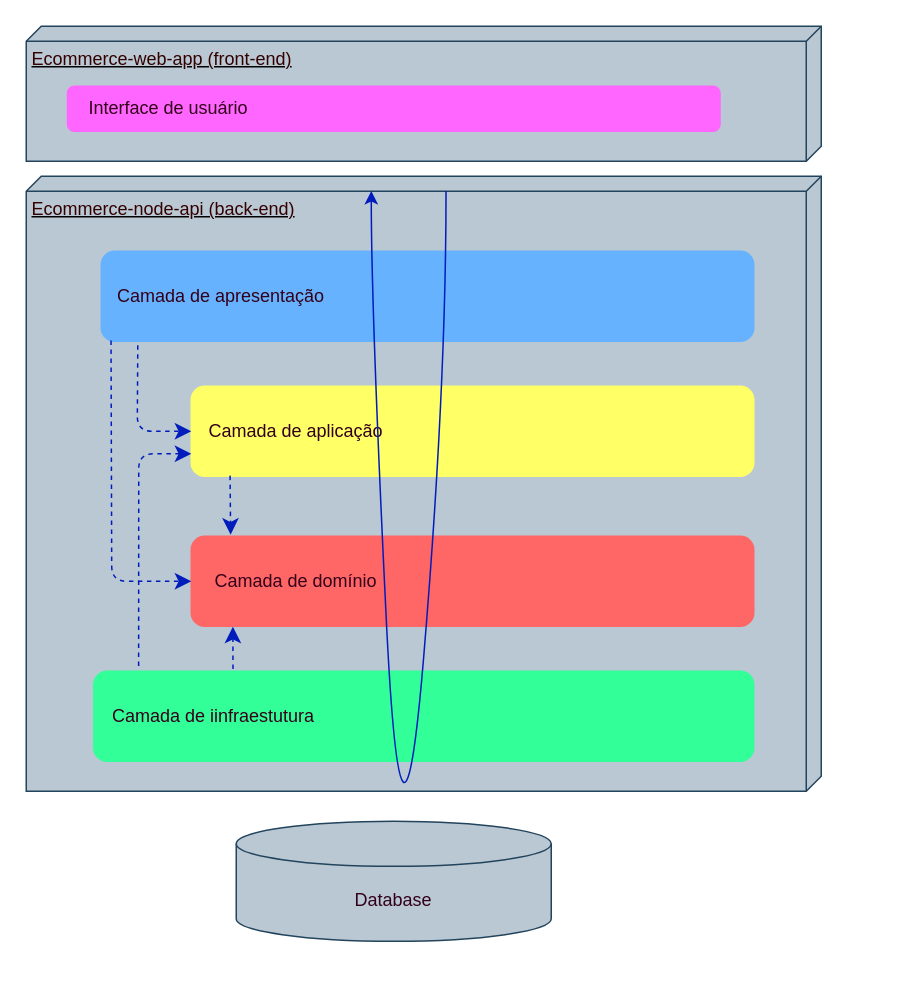
Earlier version of the draw.io diagram page "Arquitetura em Camadas" (1 of 2) of requirements/ecommerce-arquitetura.drawio (cleilsonalvino/ecommerce-node-api). Source tidied: cells renumbered, new cells numbered last; positions are measured from the earlier drawing's top-left corner, leaving out a move shared by most shapes. Both pictures are drawn from the tidied source at 150%, with x=0, y=0 at pixel (26, 26).
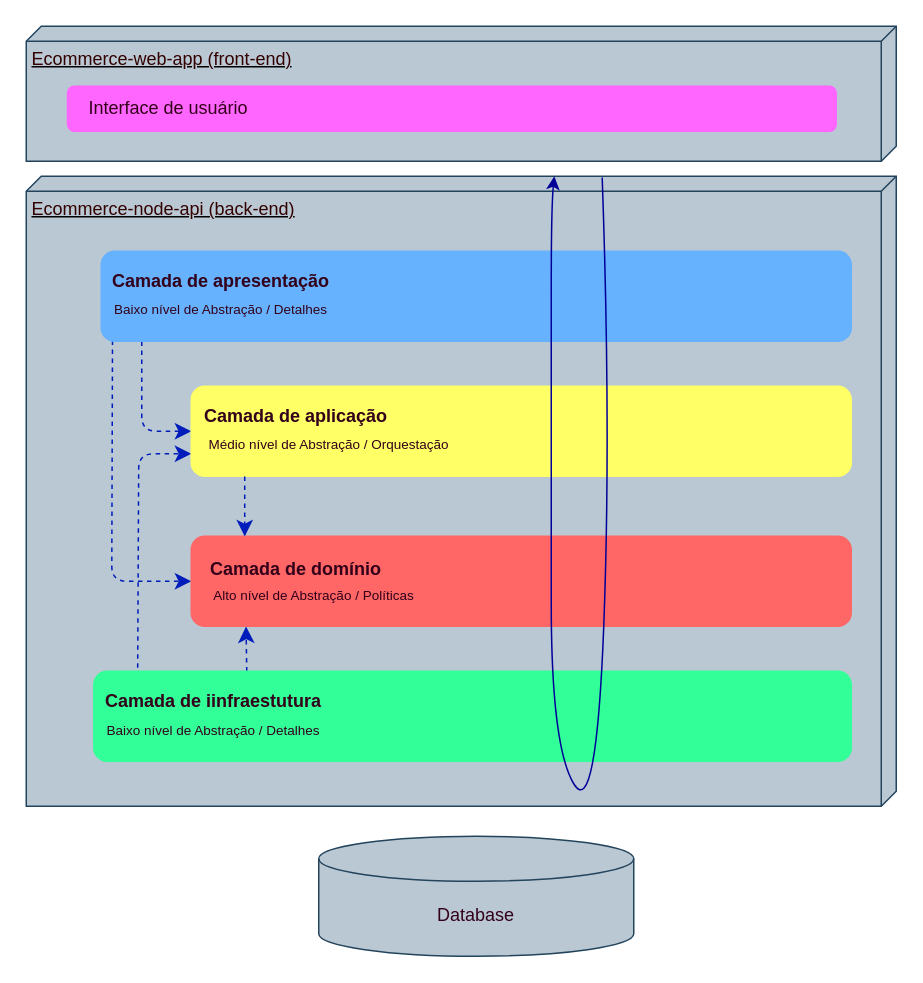
The same diagram, later.

What changed in the source:
```diff
@@
     <mxCell id="2" value="&lt;font color=&quot;#330000&quot;&gt;Ecommerce-node-api (back-end)&lt;/font&gt;" style="verticalAlign=top;align=left;spacingTop=8;spacingLeft=2;spacingRight=12;shape=cube;size=10;direction=south;fontStyle=4;html=1;fillColor=#bac8d3;strokeColor=#23445d;" parent="1" vertex="1">
-      <mxGeometry y="100" width="530" height="410" as="geometry" />
+      <mxGeometry y="100" width="580" height="420" as="geometry" />
     </mxCell>
     <mxCell id="3" value="&lt;font color=&quot;#330000&quot;&gt;Ecommerce-web-app (front-end)&lt;/font&gt;" style="verticalAlign=top;align=left;spacingTop=8;spacingLeft=2;spacingRight=12;shape=cube;size=10;direction=south;fontStyle=4;html=1;fillColor=#bac8d3;strokeColor=#23445d;" parent="1" vertex="1">
-      <mxGeometry width="530" height="90" as="geometry" />
+      <mxGeometry width="580" height="90" as="geometry" />
     </mxCell>
     <mxCell id="4" value="&lt;font color=&quot;#33001a&quot;&gt;Database&lt;/font&gt;" style="shape=cylinder3;whiteSpace=wrap;html=1;boundedLbl=1;backgroundOutline=1;size=15;fillColor=#bac8d3;strokeColor=#23445d;" parent="1" vertex="1">
-      <mxGeometry x="140" y="530" width="210" height="80" as="geometry" />
+      <mxGeometry x="195" y="540" width="210" height="80" as="geometry" />
     </mxCell>
-    <mxCell id="5" style="rounded=1;whiteSpace=wrap;html=1;fillColor=#33FF99;strokeColor=#33FF99;" parent="1" vertex="1">
-      <mxGeometry x="45" y="430" width="440" height="60" as="geometry" />
-    </mxCell>
-    <mxCell id="6" style="rounded=1;whiteSpace=wrap;html=1;fillColor=#FF6666;strokeColor=#FF6666;" parent="1" vertex="1">
-      <mxGeometry x="110" y="340" width="375" height="60" as="geometry" />
-    </mxCell>
-    <mxCell id="7" style="rounded=1;whiteSpace=wrap;html=1;fillColor=#FFFF66;strokeColor=#ffff66;" parent="1" vertex="1">
-      <mxGeometry x="110" y="240" width="375" height="60" as="geometry" />
-    </mxCell>
-    <mxCell id="8" style="rounded=1;whiteSpace=wrap;html=1;fillColor=#66B2FF;strokeColor=#66B2FF;" parent="1" vertex="1">
-      <mxGeometry x="50" y="150" width="435" height="60" as="geometry" />
-    </mxCell>
-    <mxCell id="9" value="Camada de iinfraestutura" style="text;html=1;strokeColor=none;fillColor=none;align=center;verticalAlign=middle;whiteSpace=wrap;rounded=0;fontColor=#33001A;" parent="1" vertex="1">
-      <mxGeometry x="45" y="445" width="160" height="30" as="geometry" />
-    </mxCell>
-    <mxCell id="10" value="Camada de domínio" style="text;html=1;strokeColor=none;fillColor=none;align=center;verticalAlign=middle;whiteSpace=wrap;rounded=0;fontColor=#33001A;" parent="1" vertex="1">
-      <mxGeometry x="120" y="355" width="120" height="30" as="geometry" />
-    </mxCell>
-    <mxCell id="11" value="Camada de aplicação" style="text;html=1;strokeColor=none;fillColor=none;align=center;verticalAlign=middle;whiteSpace=wrap;rounded=0;fontColor=#33001A;" parent="1" vertex="1">
-      <mxGeometry x="120" y="255" width="120" height="30" as="geometry" />
-    </mxCell>
-    <mxCell id="12" value="Camada de apresentação" style="text;html=1;strokeColor=none;fillColor=none;align=center;verticalAlign=middle;whiteSpace=wrap;rounded=0;fontColor=#33001A;" parent="1" vertex="1">
-      <mxGeometry x="50" y="165" width="160" height="30" as="geometry" />
-    </mxCell>
@@
-    <mxCell id="14" style="endArrow=classic;startArrow=none;endFill=1;startFill=0;endSize=8;html=1;verticalAlign=bottom;dashed=1;labelBackgroundColor=none;fontColor=#33001A;exitX=0.056;exitY=1.045;exitDx=0;exitDy=0;exitPerimeter=0;entryX=0;entryY=0.5;entryDx=0;entryDy=0;fillColor=#0050ef;strokeColor=#001DBC;" parent="1" edge="1" source="8" target="7">
+    <mxCell id="14" style="endArrow=classic;startArrow=none;endFill=1;startFill=0;endSize=8;html=1;verticalAlign=bottom;dashed=1;labelBackgroundColor=none;fontColor=#33001A;exitX=0.054;exitY=1.002;exitDx=0;exitDy=0;exitPerimeter=0;entryX=0;entryY=0.5;entryDx=0;entryDy=0;fillColor=#0050ef;strokeColor=#001DBC;" parent="1" edge="1" source="8" target="7">
       <mxGeometry relative="1" as="geometry">
         <Array as="points">
-          <mxPoint x="74" y="270" />
+          <mxPoint x="77" y="270" />
         </Array>
       </mxGeometry>
     </mxCell>
-    <mxCell id="15" style="endArrow=classic;startArrow=none;endFill=1;startFill=0;endSize=8;html=1;verticalAlign=bottom;dashed=1;labelBackgroundColor=none;fontColor=#33001A;exitX=0.068;exitY=-0.059;exitDx=0;exitDy=0;exitPerimeter=0;entryX=0;entryY=0.75;entryDx=0;entryDy=0;fillColor=#0050ef;strokeColor=#001DBC;" parent="1" edge="1" source="5" target="7">
+    <mxCell id="15" style="endArrow=classic;startArrow=none;endFill=1;startFill=0;endSize=8;html=1;verticalAlign=bottom;dashed=1;labelBackgroundColor=none;fontColor=#33001A;exitX=0.058;exitY=-0.04;exitDx=0;exitDy=0;exitPerimeter=0;entryX=0;entryY=0.75;entryDx=0;entryDy=0;fillColor=#0050ef;strokeColor=#001DBC;" parent="1" edge="1" source="5" target="7">
       <mxGeometry relative="1" as="geometry">
         <Array as="points">
           <mxPoint x="75" y="285" />
         </Array>
       </mxGeometry>
     </mxCell>
-    <mxCell id="16" style="endArrow=classic;startArrow=none;endFill=1;startFill=0;endSize=8;html=1;verticalAlign=bottom;dashed=1;labelBackgroundColor=none;fontColor=#33001A;exitX=0.069;exitY=0.993;exitDx=0;exitDy=0;exitPerimeter=0;entryX=0.07;entryY=-0.018;entryDx=0;entryDy=0;fillColor=#0050ef;strokeColor=#001DBC;entryPerimeter=0;" parent="1" edge="1" source="7" target="6">
-      <mxGeometry relative="1" as="geometry" />
-    </mxCell>
-    <mxCell id="17" style="endArrow=classic;startArrow=none;endFill=1;startFill=0;endSize=8;html=1;verticalAlign=bottom;dashed=1;labelBackgroundColor=none;fontColor=#33001A;exitX=0.211;exitY=-0.024;exitDx=0;exitDy=0;exitPerimeter=0;fillColor=#0050ef;strokeColor=#001DBC;entryX=0.074;entryY=1.005;entryDx=0;entryDy=0;entryPerimeter=0;" parent="1" edge="1" source="5" target="6">
+    <mxCell id="17" style="endArrow=classic;startArrow=none;endFill=1;startFill=0;endSize=8;html=1;verticalAlign=bottom;dashed=1;labelBackgroundColor=none;fontColor=#33001A;exitX=0.202;exitY=0.002;exitDx=0;exitDy=0;exitPerimeter=0;fillColor=#0050ef;strokeColor=#001DBC;entryX=0.083;entryY=1.002;entryDx=0;entryDy=0;entryPerimeter=0;" parent="1" edge="1" source="5" target="6">
       <mxGeometry relative="1" as="geometry" />
     </mxCell>
     <mxCell id="18" style="rounded=1;whiteSpace=wrap;html=1;fillColor=#FF66FF;strokeColor=#ff66ff;" parent="1" vertex="1">
-      <mxGeometry x="27.5" y="40" width="435" height="30" as="geometry" />
+      <mxGeometry x="27.5" y="40" width="512.5" height="30" as="geometry" />
     </mxCell>
@@
+    <mxCell id="21" style="group;" parent="1" vertex="1">
+      <mxGeometry x="45" y="430" width="505" height="60" as="geometry" />
+    </mxCell>
+    <mxCell id="5" style="rounded=1;whiteSpace=wrap;html=1;fillColor=#33FF99;strokeColor=#33FF99;" parent="21" vertex="1">
+      <mxGeometry width="505" height="60" as="geometry" />
+    </mxCell>
+    <mxCell id="9" value="Camada de iinfraestutura" style="text;html=1;strokeColor=none;fillColor=none;align=center;verticalAlign=middle;whiteSpace=wrap;rounded=0;fontColor=#33001A;fontStyle=1;" parent="21" vertex="1">
+      <mxGeometry y="5" width="160" height="30" as="geometry" />
+    </mxCell>
+    <mxCell id="22" value="Baixo nível de Abstração / Detalhes" style="text;html=1;strokeColor=none;fillColor=none;align=center;verticalAlign=middle;whiteSpace=wrap;rounded=0;fontColor=#33001A;fontSize=9;" parent="21" vertex="1">
+      <mxGeometry x="5" y="30" width="150" height="20" as="geometry" />
+    </mxCell>
+    <mxCell id="23" style="group;" parent="1" vertex="1">
+      <mxGeometry x="100" y="240" width="450" height="160" as="geometry" />
+    </mxCell>
+    <mxCell id="7" style="rounded=1;whiteSpace=wrap;html=1;fillColor=#FFFF66;strokeColor=#ffff66;" parent="23" vertex="1">
+      <mxGeometry x="10" width="440" height="60" as="geometry" />
+    </mxCell>
+    <mxCell id="11" value="Camada de aplicação" style="text;html=1;strokeColor=none;fillColor=none;align=center;verticalAlign=middle;whiteSpace=wrap;rounded=0;fontColor=#33001A;fontStyle=1;" parent="23" vertex="1">
+      <mxGeometry y="5" width="160" height="30" as="geometry" />
+    </mxCell>
+    <mxCell id="24" value="Médio nível de Abstração / Orquestação" style="text;html=1;strokeColor=none;fillColor=none;align=center;verticalAlign=middle;whiteSpace=wrap;rounded=0;fontColor=#33001A;fontSize=9;" parent="23" vertex="1">
+      <mxGeometry x="20" y="29" width="164" height="20" as="geometry" />
+    </mxCell>
+    <mxCell id="25" style="group;" parent="23" vertex="1">
+      <mxGeometry x="10" y="100" width="440" height="60" as="geometry" />
+    </mxCell>
+    <mxCell id="6" style="rounded=1;whiteSpace=wrap;html=1;fillColor=#FF6666;strokeColor=#FF6666;" parent="25" vertex="1">
+      <mxGeometry width="440" height="60" as="geometry" />
+    </mxCell>
+    <mxCell id="10" value="Camada de domínio" style="text;html=1;strokeColor=none;fillColor=none;align=center;verticalAlign=middle;whiteSpace=wrap;rounded=0;fontColor=#33001A;fontStyle=1;" parent="25" vertex="1">
+      <mxGeometry x="10" y="7" width="120" height="30" as="geometry" />
+    </mxCell>
+    <mxCell id="26" value="Alto nível de Abstração / Políticas" style="text;html=1;strokeColor=none;fillColor=none;align=center;verticalAlign=middle;whiteSpace=wrap;rounded=0;fontColor=#33001A;fontSize=9;" parent="25" vertex="1">
+      <mxGeometry y="30" width="164" height="20" as="geometry" />
+    </mxCell>
+    <mxCell id="16" style="endArrow=classic;startArrow=none;endFill=1;startFill=0;endSize=8;html=1;verticalAlign=bottom;dashed=1;labelBackgroundColor=none;fontColor=#33001A;exitX=0.081;exitY=1.002;exitDx=0;exitDy=0;exitPerimeter=0;entryX=0.081;entryY=0.002;entryDx=0;entryDy=0;fillColor=#0050ef;strokeColor=#001DBC;entryPerimeter=0;" parent="23" edge="1" source="7" target="6">
+      <mxGeometry relative="1" as="geometry" />
+    </mxCell>
+    <mxCell id="27" style="group;" parent="1" vertex="1">
+      <mxGeometry x="50" y="150" width="500" height="60" as="geometry" />
+    </mxCell>
+    <mxCell id="8" style="rounded=1;whiteSpace=wrap;html=1;fillColor=#66B2FF;strokeColor=#66B2FF;" parent="27" vertex="1">
+      <mxGeometry width="500" height="60" as="geometry" />
+    </mxCell>
+    <mxCell id="12" value="Camada de apresentação" style="text;html=1;strokeColor=none;fillColor=none;align=center;verticalAlign=middle;whiteSpace=wrap;rounded=0;fontColor=#33001A;fontStyle=1;" parent="27" vertex="1">
+      <mxGeometry y="5" width="160" height="30" as="geometry" />
+    </mxCell>
+    <mxCell id="28" value="Baixo nível de Abstração / Detalhes" style="text;html=1;strokeColor=none;fillColor=none;align=center;verticalAlign=middle;whiteSpace=wrap;rounded=0;fontColor=#33001A;fontSize=9;" parent="27" vertex="1">
+      <mxGeometry x="5" y="29" width="150" height="20" as="geometry" />
+    </mxCell>
-    <mxCell id="20" style="curved=1;endArrow=classic;html=1;fontColor=#33001A;strokeColor=#001dbc;entryX=0.024;entryY=0.566;entryDx=0;entryDy=0;entryPerimeter=0;exitX=0.024;exitY=0.472;exitDx=0;exitDy=0;exitPerimeter=0;" parent="1" edge="1" source="2" target="2">
+    <mxCell id="20" style="curved=1;endArrow=classic;html=1;fontSize=9;strokeColor=#000099;entryX=0;entryY=0.393;entryDx=0;entryDy=0;entryPerimeter=0;exitX=0.002;exitY=0.338;exitDx=0;exitDy=0;exitPerimeter=0;" parent="1" edge="1" source="2" target="2">
       <mxGeometry relative="1" as="geometry">
         <Array as="points">
-          <mxPoint x="280" y="240" />
-          <mxPoint x="250" y="600" />
-          <mxPoint x="230" y="190" />
+          <mxPoint x="390" y="270" />
+          <mxPoint x="380" y="530" />
+          <mxPoint x="350" y="480" />
+          <mxPoint x="350" y="290" />
+          <mxPoint x="350" y="230" />
+          <mxPoint x="350" y="120" />
         </Array>
       </mxGeometry>
     </mxCell>
```
